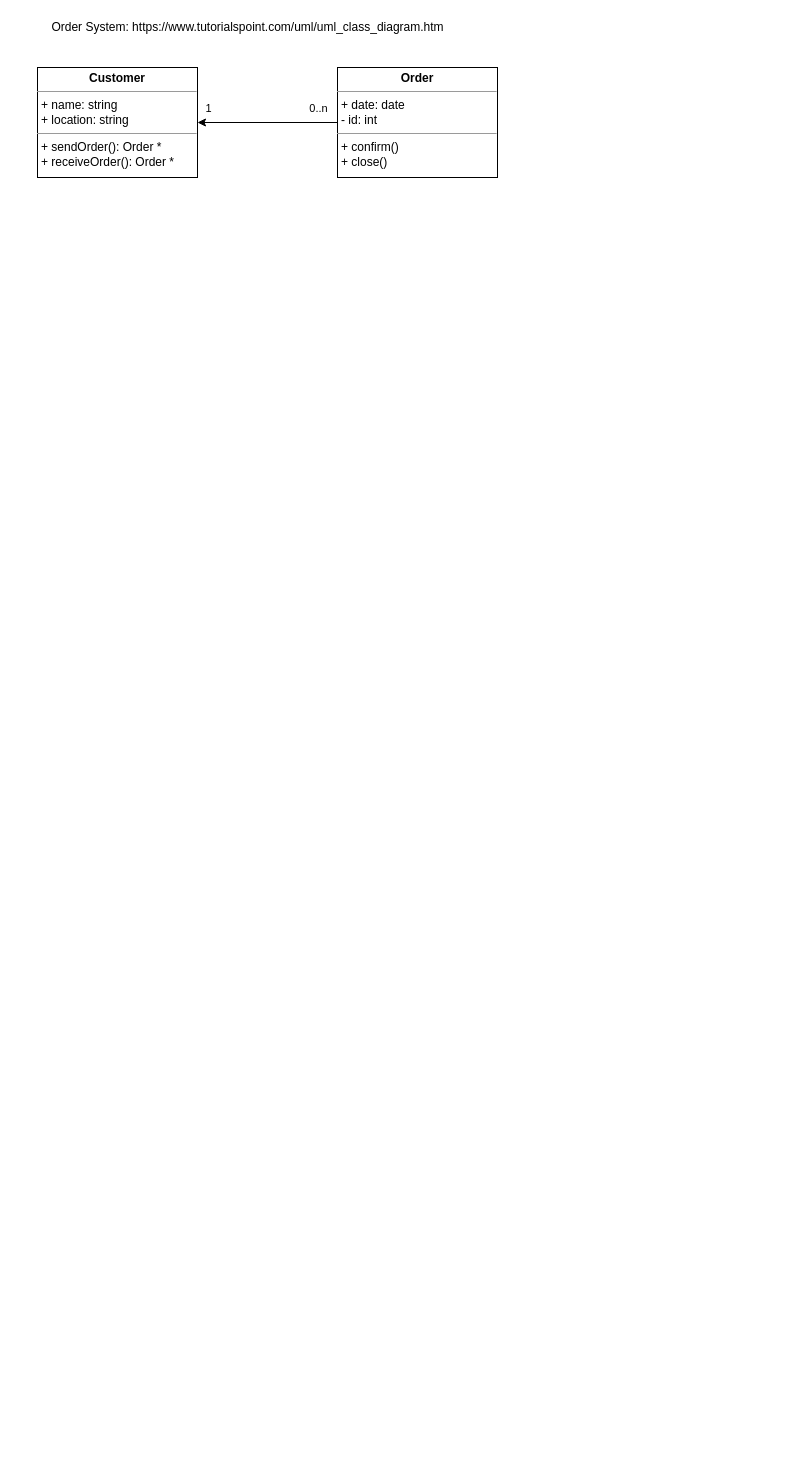
The draw.io diagram UML-Tutorial.drawio in Two-ls/UML-examples, before the edit. Source tidied: cells renumbered, new cells numbered last; positions are measured from the earlier drawing's top-left corner, leaving out a move shared by most shapes. Both pictures are drawn from the tidied source at 100%, with x=0, y=0 at pixel (37, 17).
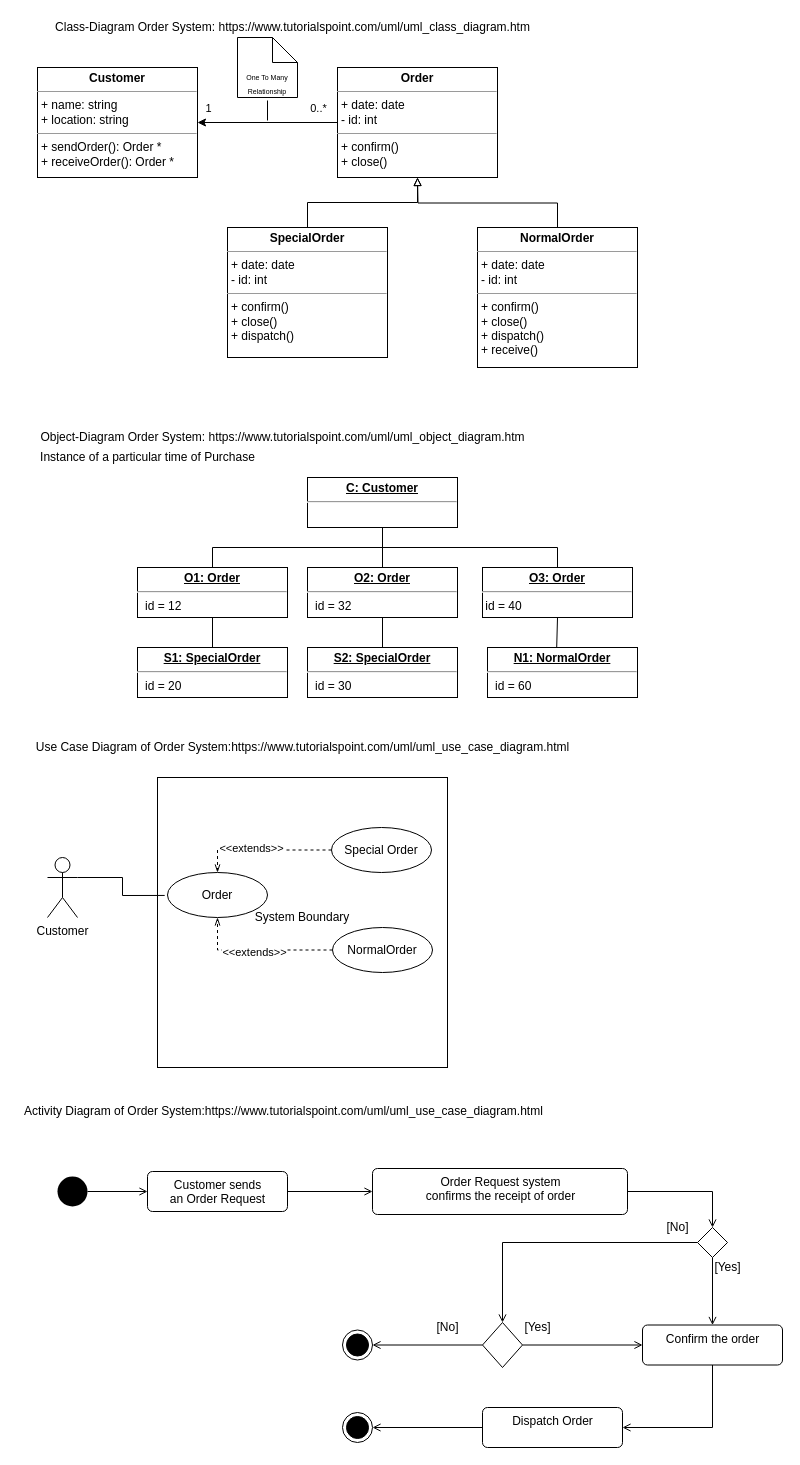
After the change.

Unchanged cells that the change refers to:
```xml
<mxCell id="4" style="edgeStyle=orthogonalEdgeStyle;rounded=0;jettySize=auto;html=1;exitX=0;exitY=0.5;exitDx=0;exitDy=0;entryX=1;entryY=0.5;entryDx=0;entryDy=0;" parent="1" edge="1" source="7" target="3">
  <mxGeometry relative="1" as="geometry" />
</mxCell>
<mxCell id="7" value="&lt;p style=&quot;margin: 0px ; margin-top: 4px ; text-align: center&quot;&gt;&lt;b&gt;Order&lt;/b&gt;&lt;/p&gt;&lt;hr size=&quot;1&quot;&gt;&lt;p style=&quot;margin: 0px ; margin-left: 4px&quot;&gt;+ date: date&lt;br&gt;&lt;/p&gt;&lt;p style=&quot;margin: 0px ; margin-left: 4px&quot;&gt;- id: int&lt;br&gt;&lt;/p&gt;&lt;hr size=&quot;1&quot;&gt;&lt;p style=&quot;margin: 0px ; margin-left: 4px&quot;&gt;+ confirm()&lt;br&gt;&lt;/p&gt;&lt;p style=&quot;margin: 0px ; margin-left: 4px&quot;&gt;+ close() &lt;br&gt;&lt;/p&gt;" style="verticalAlign=top;align=left;overflow=fill;fontSize=12;fontFamily=Helvetica;html=1;" parent="1" vertex="1">
  <mxGeometry x="300" y="50" width="160" height="110" as="geometry" />
</mxCell>
```

What changed in the source:
```diff
@@
+    <mxCell id="8" value="&lt;p style=&quot;line-height: 0%&quot;&gt;System Boundary&lt;br&gt;&lt;/p&gt;&lt;p style=&quot;line-height: 0%&quot;&gt;&lt;br&gt;&lt;/p&gt;&lt;p&gt;&lt;/p&gt;" style="rounded=0;whiteSpace=wrap;html=1;" parent="1" vertex="1">
+      <mxGeometry x="120" y="760" width="290" height="290" as="geometry" />
+    </mxCell>
-    <mxCell id="2" value="Order System: https://www.tutorialspoint.com/uml/uml_class_diagram.htm" style="text;html=1;align=center;verticalAlign=middle;" parent="1" vertex="1">
-      <mxGeometry width="420" height="20" as="geometry" />
+    <mxCell id="2" value="Class-Diagram Order System: https://www.tutorialspoint.com/uml/uml_class_diagram.htm" style="text;html=1;align=center;verticalAlign=middle;" parent="1" vertex="1">
+      <mxGeometry width="510" height="20" as="geometry" />
     </mxCell>
@@
-    <mxCell id="6" value="0..n" style="edgeLabel;html=1;align=center;verticalAlign=middle;" parent="4" vertex="1">
+    <mxCell id="6" value="0..*" style="edgeLabel;html=1;align=center;verticalAlign=middle;" parent="4" vertex="1">
       <mxGeometry x="-0.18" y="-1" relative="1" as="geometry">
         <mxPoint x="37.6" y="-14" as="offset" />
       </mxGeometry>
     </mxCell>
@@
+    <mxCell id="9" style="edgeStyle=orthogonalEdgeStyle;rounded=0;jettySize=auto;html=1;exitX=0.5;exitY=0;exitDx=0;exitDy=0;entryX=0.5;entryY=1;entryDx=0;entryDy=0;endArrow=block;endFill=0;" parent="1" edge="1" source="10" target="7">
+      <mxGeometry relative="1" as="geometry" />
+    </mxCell>
+    <mxCell id="10" value="&lt;p style=&quot;margin: 0px ; margin-top: 4px ; text-align: center&quot;&gt;&lt;b&gt;SpecialOrder&lt;/b&gt;&lt;/p&gt;&lt;hr size=&quot;1&quot;&gt;&lt;p style=&quot;margin: 0px ; margin-left: 4px&quot;&gt;+ date: date&lt;br&gt;&lt;/p&gt;&lt;p style=&quot;margin: 0px ; margin-left: 4px&quot;&gt;- id: int&lt;br&gt;&lt;/p&gt;&lt;hr size=&quot;1&quot;&gt;&lt;p style=&quot;margin: 0px ; margin-left: 4px&quot;&gt;+ confirm()&lt;br&gt;&lt;/p&gt;&lt;p style=&quot;margin: 0px ; margin-left: 4px&quot;&gt;+ close()&amp;nbsp;&lt;/p&gt;&lt;p style=&quot;margin: 0px ; margin-left: 4px&quot;&gt;+ dispatch()&lt;br&gt;&lt;/p&gt;" style="verticalAlign=top;align=left;overflow=fill;fontSize=12;fontFamily=Helvetica;html=1;" parent="1" vertex="1">
+      <mxGeometry x="190" y="210" width="160" height="130" as="geometry" />
+    </mxCell>
+    <mxCell id="11" style="edgeStyle=orthogonalEdgeStyle;rounded=0;jettySize=auto;html=1;exitX=0.5;exitY=0;exitDx=0;exitDy=0;endArrow=block;endFill=0;" parent="1" edge="1" source="12">
+      <mxGeometry relative="1" as="geometry">
+        <mxPoint x="380" y="160" as="targetPoint" />
+      </mxGeometry>
+    </mxCell>
+    <mxCell id="12" value="&lt;p style=&quot;margin: 0px ; margin-top: 4px ; text-align: center&quot;&gt;&lt;b&gt;NormalOrder&lt;/b&gt;&lt;/p&gt;&lt;hr size=&quot;1&quot;&gt;&lt;p style=&quot;margin: 0px ; margin-left: 4px&quot;&gt;+ date: date&lt;br&gt;&lt;/p&gt;&lt;p style=&quot;margin: 0px ; margin-left: 4px&quot;&gt;- id: int&lt;br&gt;&lt;/p&gt;&lt;hr size=&quot;1&quot;&gt;&lt;p style=&quot;margin: 0px ; margin-left: 4px&quot;&gt;+ confirm()&lt;br&gt;&lt;/p&gt;&lt;p style=&quot;margin: 0px ; margin-left: 4px&quot;&gt;+ close()&amp;nbsp;&lt;/p&gt;&lt;p style=&quot;margin: 0px ; margin-left: 4px&quot;&gt;+ dispatch()&lt;/p&gt;&lt;p style=&quot;margin: 0px ; margin-left: 4px&quot;&gt;+ receive()&lt;br&gt;&lt;/p&gt;" style="verticalAlign=top;align=left;overflow=fill;fontSize=12;fontFamily=Helvetica;html=1;" parent="1" vertex="1">
+      <mxGeometry x="440" y="210" width="160" height="140" as="geometry" />
+    </mxCell>
+    <mxCell id="13" style="edgeStyle=orthogonalEdgeStyle;rounded=0;orthogonalLoop=1;jettySize=auto;html=1;exitX=0.5;exitY=1;exitDx=0;exitDy=0;exitPerimeter=0;endArrow=none;endFill=0;" parent="1" edge="1">
+      <mxGeometry relative="1" as="geometry">
+        <mxPoint x="230" y="83" as="sourcePoint" />
+        <mxPoint x="230" y="103" as="targetPoint" />
+      </mxGeometry>
+    </mxCell>
+    <mxCell id="14" value="&lt;font style=&quot;font-size: 7px&quot;&gt;One To Many Relationship&lt;/font&gt;" style="shape=note2;boundedLbl=1;whiteSpace=wrap;html=1;size=25;verticalAlign=top;align=center;" parent="1" vertex="1">
+      <mxGeometry x="200" y="20" width="60" height="60" as="geometry" />
+    </mxCell>
+    <mxCell id="15" value="Object-Diagram Order System: https://www.tutorialspoint.com/uml/uml_object_diagram.htm" style="text;html=1;align=center;verticalAlign=middle;" parent="1" vertex="1">
+      <mxGeometry x="-10" y="410" width="510" height="20" as="geometry" />
+    </mxCell>
+    <mxCell id="16" value="&lt;p style=&quot;margin: 0px ; margin-top: 4px ; text-align: center ; text-decoration: underline&quot;&gt;&lt;b&gt;C: Customer&lt;br&gt;&lt;/b&gt;&lt;/p&gt;&lt;hr&gt;&lt;p style=&quot;margin: 0px ; margin-left: 8px&quot;&gt;&lt;br&gt;&lt;/p&gt;" style="verticalAlign=top;align=left;overflow=fill;fontSize=12;fontFamily=Helvetica;html=1;" parent="1" vertex="1">
+      <mxGeometry x="270" y="460" width="150" height="50" as="geometry" />
+    </mxCell>
+    <mxCell id="17" style="edgeStyle=orthogonalEdgeStyle;rounded=0;jettySize=auto;html=1;exitX=0.5;exitY=0;exitDx=0;exitDy=0;entryX=0.5;entryY=1;entryDx=0;entryDy=0;endArrow=none;endFill=0;" parent="1" edge="1" source="19" target="16">
+      <mxGeometry relative="1" as="geometry" />
+    </mxCell>
+    <mxCell id="18" style="edgeStyle=orthogonalEdgeStyle;rounded=0;jettySize=auto;html=1;exitX=0.5;exitY=1;exitDx=0;exitDy=0;entryX=0.5;entryY=0;entryDx=0;entryDy=0;endArrow=none;endFill=0;" parent="1" edge="1" source="19" target="27">
+      <mxGeometry relative="1" as="geometry" />
+    </mxCell>
+    <mxCell id="19" value="&lt;p style=&quot;margin: 0px ; margin-top: 4px ; text-align: center ; text-decoration: underline&quot;&gt;&lt;b&gt;O1: Order&lt;br&gt;&lt;/b&gt;&lt;/p&gt;&lt;hr&gt;&lt;p style=&quot;margin: 0px ; margin-left: 8px&quot;&gt;id = 12 &lt;br&gt;&lt;/p&gt;" style="verticalAlign=top;align=left;overflow=fill;fontSize=12;fontFamily=Helvetica;html=1;" parent="1" vertex="1">
+      <mxGeometry x="100" y="550" width="150" height="50" as="geometry" />
+    </mxCell>
+    <mxCell id="20" value="Instance of a particular time of Purchase" style="text;html=1;align=center;verticalAlign=middle;" parent="1" vertex="1">
+      <mxGeometry x="-10" y="430" width="240" height="20" as="geometry" />
+    </mxCell>
+    <mxCell id="21" style="edgeStyle=orthogonalEdgeStyle;rounded=0;jettySize=auto;html=1;exitX=0.5;exitY=0;exitDx=0;exitDy=0;endArrow=none;endFill=0;" parent="1" edge="1" source="23">
+      <mxGeometry relative="1" as="geometry">
+        <mxPoint x="345" y="510" as="targetPoint" />
+      </mxGeometry>
+    </mxCell>
+    <mxCell id="22" style="edgeStyle=orthogonalEdgeStyle;rounded=0;jettySize=auto;html=1;exitX=0.5;exitY=1;exitDx=0;exitDy=0;entryX=0.5;entryY=0;entryDx=0;entryDy=0;endArrow=none;endFill=0;" parent="1" edge="1" source="23" target="28">
+      <mxGeometry relative="1" as="geometry" />
+    </mxCell>
+    <mxCell id="23" value="&lt;p style=&quot;margin: 0px ; margin-top: 4px ; text-align: center ; text-decoration: underline&quot;&gt;&lt;b&gt;O2: Order&lt;br&gt;&lt;/b&gt;&lt;/p&gt;&lt;hr&gt;&lt;p style=&quot;margin: 0px ; margin-left: 8px&quot;&gt;id = 32&lt;br&gt;&lt;/p&gt;" style="verticalAlign=top;align=left;overflow=fill;fontSize=12;fontFamily=Helvetica;html=1;" parent="1" vertex="1">
+      <mxGeometry x="270" y="550" width="150" height="50" as="geometry" />
+    </mxCell>
+    <mxCell id="24" style="edgeStyle=orthogonalEdgeStyle;rounded=0;jettySize=auto;html=1;exitX=0.5;exitY=0;exitDx=0;exitDy=0;entryX=0.5;entryY=1;entryDx=0;entryDy=0;endArrow=none;endFill=0;" parent="1" edge="1" source="26" target="16">
+      <mxGeometry relative="1" as="geometry" />
+    </mxCell>
+    <mxCell id="25" style="edgeStyle=orthogonalEdgeStyle;rounded=0;jettySize=auto;html=1;exitX=0.5;exitY=1;exitDx=0;exitDy=0;entryX=0.461;entryY=0.034;entryDx=0;entryDy=0;entryPerimeter=0;endArrow=none;endFill=0;" parent="1" edge="1" source="26" target="29">
+      <mxGeometry relative="1" as="geometry" />
+    </mxCell>
+    <mxCell id="26" value="&lt;p style=&quot;margin: 0px ; margin-top: 4px ; text-align: center ; text-decoration: underline&quot;&gt;&lt;b&gt;O3: Order&lt;br&gt;&lt;/b&gt;&lt;/p&gt;&lt;hr&gt;&amp;nbsp;id = 40" style="verticalAlign=top;align=left;overflow=fill;fontSize=12;fontFamily=Helvetica;html=1;" parent="1" vertex="1">
+      <mxGeometry x="445" y="550" width="150" height="50" as="geometry" />
+    </mxCell>
+    <mxCell id="27" value="&lt;p style=&quot;margin: 0px ; margin-top: 4px ; text-align: center ; text-decoration: underline&quot;&gt;&lt;b&gt;S1: SpecialOrder&lt;br&gt;&lt;/b&gt;&lt;/p&gt;&lt;hr&gt;&lt;p style=&quot;margin: 0px ; margin-left: 8px&quot;&gt;id = 20&lt;/p&gt;" style="verticalAlign=top;align=left;overflow=fill;fontSize=12;fontFamily=Helvetica;html=1;" parent="1" vertex="1">
+      <mxGeometry x="100" y="630" width="150" height="50" as="geometry" />
+    </mxCell>
+    <mxCell id="28" value="&lt;p style=&quot;margin: 0px ; margin-top: 4px ; text-align: center ; text-decoration: underline&quot;&gt;&lt;b&gt;S2: SpecialOrder&lt;br&gt;&lt;/b&gt;&lt;/p&gt;&lt;hr&gt;&lt;p style=&quot;margin: 0px ; margin-left: 8px&quot;&gt;id = 30&lt;/p&gt;" style="verticalAlign=top;align=left;overflow=fill;fontSize=12;fontFamily=Helvetica;html=1;" parent="1" vertex="1">
+      <mxGeometry x="270" y="630" width="150" height="50" as="geometry" />
+    </mxCell>
+    <mxCell id="29" value="&lt;p style=&quot;margin: 0px ; margin-top: 4px ; text-align: center ; text-decoration: underline&quot;&gt;&lt;b&gt;N1: NormalOrder&lt;br&gt;&lt;/b&gt;&lt;/p&gt;&lt;hr&gt;&lt;p style=&quot;margin: 0px ; margin-left: 8px&quot;&gt;id = 60&lt;br&gt;&lt;/p&gt;" style="verticalAlign=top;align=left;overflow=fill;fontSize=12;fontFamily=Helvetica;html=1;" parent="1" vertex="1">
+      <mxGeometry x="450" y="630" width="150" height="50" as="geometry" />
+    </mxCell>
+    <mxCell id="30" value="Use Case Diagram of Order System:https://www.tutorialspoint.com/uml/uml_use_case_diagram.html" style="text;html=1;align=center;verticalAlign=middle;" parent="1" vertex="1">
+      <mxGeometry x="-20" y="720" width="570" height="20" as="geometry" />
+    </mxCell>
+    <mxCell id="31" style="edgeStyle=orthogonalEdgeStyle;rounded=0;jettySize=auto;html=1;exitX=1;exitY=0.3333333333333333;exitDx=0;exitDy=0;exitPerimeter=0;entryX=-0.028;entryY=0.51;entryDx=0;entryDy=0;entryPerimeter=0;endArrow=none;endFill=0;" parent="1" edge="1" source="32" target="33">
+      <mxGeometry relative="1" as="geometry" />
+    </mxCell>
+    <mxCell id="32" value="Customer" style="shape=umlActor;verticalLabelPosition=bottom;verticalAlign=top;html=1;" parent="1" vertex="1">
+      <mxGeometry x="10" y="840" width="30" height="60" as="geometry" />
+    </mxCell>
+    <mxCell id="33" value="Order" style="ellipse;whiteSpace=wrap;html=1;" parent="1" vertex="1">
+      <mxGeometry x="130" y="855" width="100" height="45" as="geometry" />
+    </mxCell>
+    <mxCell id="34" style="edgeStyle=orthogonalEdgeStyle;rounded=0;jettySize=auto;html=1;exitX=0;exitY=0.5;exitDx=0;exitDy=0;entryX=0.5;entryY=0;entryDx=0;entryDy=0;endArrow=openThin;endFill=0;dashed=1;" parent="1" edge="1" source="36" target="33">
+      <mxGeometry relative="1" as="geometry" />
+    </mxCell>
+    <mxCell id="35" value="&amp;lt;&amp;lt;extends&amp;gt;&amp;gt;" style="edgeLabel;html=1;align=center;verticalAlign=middle;" parent="34" vertex="1">
+      <mxGeometry x="0.18" y="-2" relative="1" as="geometry" />
+    </mxCell>
+    <mxCell id="36" value="Special Order" style="ellipse;whiteSpace=wrap;html=1;" parent="1" vertex="1">
+      <mxGeometry x="294" y="810" width="100" height="45" as="geometry" />
+    </mxCell>
+    <mxCell id="37" style="edgeStyle=orthogonalEdgeStyle;rounded=0;jettySize=auto;html=1;exitX=0;exitY=0.5;exitDx=0;exitDy=0;entryX=0.5;entryY=1;entryDx=0;entryDy=0;endArrow=openThin;endFill=0;dashed=1;" parent="1" edge="1" source="39" target="33">
+      <mxGeometry relative="1" as="geometry" />
+    </mxCell>
+    <mxCell id="38" value="&amp;lt;&amp;lt;extends&amp;gt;&amp;gt;" style="edgeLabel;html=1;align=center;verticalAlign=middle;" parent="37" vertex="1">
+      <mxGeometry x="0.07" y="2" relative="1" as="geometry" />
+    </mxCell>
+    <mxCell id="39" value="NormalOrder" style="ellipse;whiteSpace=wrap;html=1;" parent="1" vertex="1">
+      <mxGeometry x="295" y="910" width="100" height="45" as="geometry" />
+    </mxCell>
+    <mxCell id="40" value="Activity Diagram of Order System:https://www.tutorialspoint.com/uml/uml_use_case_diagram.html" style="text;whiteSpace=wrap;html=1;" parent="1" vertex="1">
+      <mxGeometry x="-15" y="1080" width="605" height="30" as="geometry" />
+    </mxCell>
+    <mxCell id="41" style="edgeStyle=orthogonalEdgeStyle;rounded=0;jettySize=auto;html=1;exitX=1;exitY=0.5;exitDx=0;exitDy=0;entryX=0;entryY=0.5;entryDx=0;entryDy=0;endArrow=open;endFill=0;" parent="1" edge="1" source="42" target="44">
+      <mxGeometry relative="1" as="geometry" />
+    </mxCell>
+    <mxCell id="42" style="ellipse;fillColor=#000000;strokeColor=none;shadow=0;" parent="1" vertex="1">
+      <mxGeometry x="20" y="1159" width="30" height="30" as="geometry" />
+    </mxCell>
+    <mxCell id="43" style="edgeStyle=orthogonalEdgeStyle;rounded=0;jettySize=auto;html=1;exitX=1;exitY=0.5;exitDx=0;exitDy=0;entryX=0;entryY=0.5;entryDx=0;entryDy=0;endArrow=open;endFill=0;" parent="1" edge="1" source="44" target="46">
+      <mxGeometry relative="1" as="geometry" />
+    </mxCell>
+    <mxCell id="44" value="&lt;div&gt;&lt;font style=&quot;font-size: 12px&quot;&gt;Customer sends &lt;br&gt;&lt;/font&gt;&lt;/div&gt;&lt;div&gt;&lt;font style=&quot;font-size: 12px&quot;&gt;an Order Request&lt;/font&gt;&lt;/div&gt;" style="html=1;align=center;verticalAlign=top;rounded=1;absoluteArcSize=1;arcSize=10;dashed=0;shadow=0;" parent="1" vertex="1">
+      <mxGeometry x="110" y="1154" width="140" height="40" as="geometry" />
+    </mxCell>
+    <mxCell id="45" style="edgeStyle=orthogonalEdgeStyle;rounded=0;jettySize=auto;html=1;exitX=1;exitY=0.5;exitDx=0;exitDy=0;entryX=0.5;entryY=0;entryDx=0;entryDy=0;endArrow=open;endFill=0;" parent="1" edge="1" source="46" target="49">
+      <mxGeometry relative="1" as="geometry" />
+    </mxCell>
+    <mxCell id="46" value="&lt;div&gt;&lt;font style=&quot;font-size: 12px&quot;&gt;Order Request system &lt;br&gt;&lt;/font&gt;&lt;/div&gt;&lt;div&gt;&lt;font style=&quot;font-size: 12px&quot;&gt;confirms the receipt of order&lt;/font&gt;&lt;br&gt;&lt;font style=&quot;font-size: 9px&quot;&gt;&lt;/font&gt;&lt;/div&gt;" style="html=1;align=center;verticalAlign=top;rounded=1;absoluteArcSize=1;arcSize=10;dashed=0;shadow=0;" parent="1" vertex="1">
+      <mxGeometry x="335" y="1151" width="255" height="46" as="geometry" />
+    </mxCell>
+    <mxCell id="47" style="edgeStyle=orthogonalEdgeStyle;rounded=0;jettySize=auto;html=1;exitX=0.5;exitY=1;exitDx=0;exitDy=0;entryX=0.5;entryY=0;entryDx=0;entryDy=0;endArrow=open;endFill=0;" parent="1" edge="1" source="49" target="51">
+      <mxGeometry relative="1" as="geometry" />
+    </mxCell>
+    <mxCell id="48" style="edgeStyle=orthogonalEdgeStyle;rounded=0;jettySize=auto;html=1;exitX=0;exitY=0.5;exitDx=0;exitDy=0;entryX=0.5;entryY=0;entryDx=0;entryDy=0;endArrow=open;endFill=0;" parent="1" edge="1" source="49" target="54">
+      <mxGeometry relative="1" as="geometry" />
+    </mxCell>
+    <mxCell id="49" style="rhombus;shadow=0;" parent="1" vertex="1">
+      <mxGeometry x="660" y="1210" width="30" height="30" as="geometry" />
+    </mxCell>
+    <mxCell id="50" style="edgeStyle=orthogonalEdgeStyle;rounded=0;jettySize=auto;html=1;exitX=0.5;exitY=1;exitDx=0;exitDy=0;entryX=1;entryY=0.5;entryDx=0;entryDy=0;endArrow=open;endFill=0;" parent="1" edge="1" source="51" target="56">
+      <mxGeometry relative="1" as="geometry" />
+    </mxCell>
+    <mxCell id="51" value="Confirm the order" style="html=1;align=center;verticalAlign=top;rounded=1;absoluteArcSize=1;arcSize=10;dashed=0;shadow=0;" parent="1" vertex="1">
+      <mxGeometry x="605" y="1307.5" width="140" height="40" as="geometry" />
+    </mxCell>
+    <mxCell id="52" style="edgeStyle=orthogonalEdgeStyle;rounded=0;jettySize=auto;html=1;exitX=1;exitY=0.5;exitDx=0;exitDy=0;endArrow=open;endFill=0;entryX=0;entryY=0.5;entryDx=0;entryDy=0;" parent="1" edge="1" source="54" target="51">
+      <mxGeometry relative="1" as="geometry" />
+    </mxCell>
+    <mxCell id="53" style="edgeStyle=orthogonalEdgeStyle;rounded=0;jettySize=auto;html=1;exitX=0;exitY=0.5;exitDx=0;exitDy=0;endArrow=open;endFill=0;" parent="1" edge="1" source="54" target="58">
+      <mxGeometry relative="1" as="geometry" />
+    </mxCell>
+    <mxCell id="54" style="rhombus;shadow=0;" parent="1" vertex="1">
+      <mxGeometry x="445" y="1305" width="40" height="45" as="geometry" />
+    </mxCell>
+    <mxCell id="55" style="edgeStyle=orthogonalEdgeStyle;rounded=0;jettySize=auto;html=1;exitX=0;exitY=0.5;exitDx=0;exitDy=0;endArrow=open;endFill=0;" parent="1" edge="1" source="56" target="57">
+      <mxGeometry relative="1" as="geometry" />
+    </mxCell>
+    <mxCell id="56" value="Dispatch Order" style="html=1;align=center;verticalAlign=top;rounded=1;absoluteArcSize=1;arcSize=10;dashed=0;shadow=0;" parent="1" vertex="1">
+      <mxGeometry x="445" y="1390" width="140" height="40" as="geometry" />
+    </mxCell>
+    <mxCell id="57" style="ellipse;html=1;shape=endState;fillColor=#000000;strokeColor=#000000;" parent="1" vertex="1">
+      <mxGeometry x="305" y="1395" width="30" height="30" as="geometry" />
+    </mxCell>
+    <mxCell id="58" style="ellipse;html=1;shape=endState;fillColor=#000000;strokeColor=#000000;" parent="1" vertex="1">
+      <mxGeometry x="305" y="1312.5" width="30" height="30" as="geometry" />
+    </mxCell>
+    <mxCell id="59" value="[Yes]" style="text;html=1;align=center;verticalAlign=middle;" parent="1" vertex="1">
+      <mxGeometry x="670" y="1240" width="40" height="20" as="geometry" />
+    </mxCell>
+    <mxCell id="60" value="[No]" style="text;html=1;align=center;verticalAlign=middle;" parent="1" vertex="1">
+      <mxGeometry x="620" y="1200" width="40" height="20" as="geometry" />
+    </mxCell>
+    <mxCell id="61" value="[No]" style="text;html=1;align=center;verticalAlign=middle;" parent="1" vertex="1">
+      <mxGeometry x="390" y="1300" width="40" height="20" as="geometry" />
+    </mxCell>
+    <mxCell id="62" value="[Yes]" style="text;html=1;align=center;verticalAlign=middle;" parent="1" vertex="1">
+      <mxGeometry x="480" y="1300" width="40" height="20" as="geometry" />
+    </mxCell>
```
